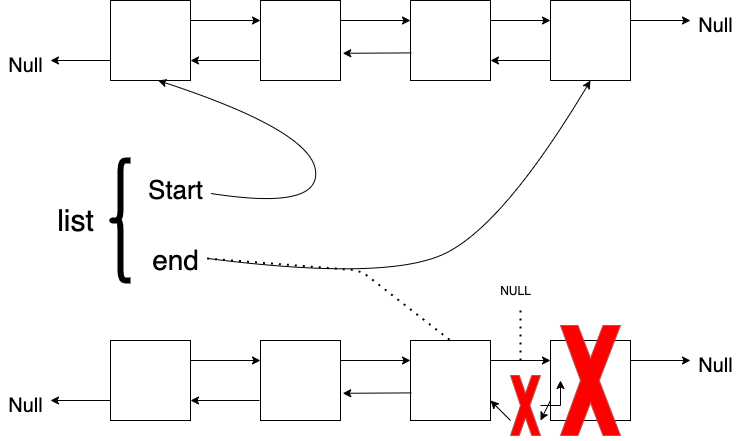
This is img/Leave.png from stevengogogo/DSA-WastonAbili, a draw.io export, as it was before one commit. Source tidied: cells renumbered, new cells last; positions are measured from the earlier drawing's top-left corner, leaving out a move shared by most shapes. Source of this version:
```xml
<mxGraphModel>
  <root>
    <mxCell id="0" />
    <mxCell id="1" parent="0" />
    <mxCell id="2" style="group;" parent="1" vertex="1">
      <mxGeometry width="740" height="80" as="geometry" />
    </mxCell>
    <mxCell id="3" style="whiteSpace=wrap;html=1;" parent="2" vertex="1">
      <mxGeometry x="260" width="80" height="80" as="geometry" />
    </mxCell>
    <mxCell id="4" style="whiteSpace=wrap;html=1;" parent="2" vertex="1">
      <mxGeometry x="410" width="80" height="80" as="geometry" />
    </mxCell>
    <mxCell id="5" style="endArrow=classic;html=1;exitX=1;exitY=0.25;exitDx=0;exitDy=0;entryX=0;entryY=0.25;entryDx=0;entryDy=0;" parent="2" edge="1" source="3" target="4">
      <mxGeometry relative="1" as="geometry" />
    </mxCell>
    <mxCell id="6" style="endArrow=classic;html=1;entryX=1.028;entryY=0.66;entryDx=0;entryDy=0;entryPerimeter=0;exitX=0.01;exitY=0.655;exitDx=0;exitDy=0;exitPerimeter=0;" parent="2" edge="1" source="4" target="3">
      <mxGeometry relative="1" as="geometry" />
    </mxCell>
    <mxCell id="7" style="whiteSpace=wrap;html=1;fontSize=20;" parent="2" vertex="1">
      <mxGeometry x="110" width="80" height="80" as="geometry" />
    </mxCell>
    <mxCell id="8" style="whiteSpace=wrap;html=1;fontSize=20;" parent="2" vertex="1">
      <mxGeometry x="550" width="80" height="80" as="geometry" />
    </mxCell>
    <mxCell id="9" style="endArrow=classic;html=1;fontSize=20;exitX=1;exitY=0.25;exitDx=0;exitDy=0;entryX=0;entryY=0.25;entryDx=0;entryDy=0;" parent="2" edge="1" source="7" target="3">
      <mxGeometry relative="1" as="geometry" />
    </mxCell>
    <mxCell id="10" style="endArrow=classic;html=1;fontSize=20;entryX=1;entryY=0.75;entryDx=0;entryDy=0;" parent="2" edge="1" target="7">
      <mxGeometry relative="1" as="geometry">
        <mxPoint x="259" y="60" as="sourcePoint" />
      </mxGeometry>
    </mxCell>
    <mxCell id="11" style="endArrow=classic;html=1;fontSize=20;exitX=1;exitY=0.25;exitDx=0;exitDy=0;entryX=0;entryY=0.25;entryDx=0;entryDy=0;" parent="2" edge="1" source="4" target="8">
      <mxGeometry relative="1" as="geometry" />
    </mxCell>
    <mxCell id="12" style="endArrow=classic;html=1;fontSize=20;entryX=1;entryY=0.75;entryDx=0;entryDy=0;exitX=0;exitY=0.75;exitDx=0;exitDy=0;" parent="2" edge="1" source="8" target="4">
      <mxGeometry relative="1" as="geometry" />
    </mxCell>
    <mxCell id="13" style="endArrow=classic;html=1;fontSize=20;exitX=0;exitY=0.75;exitDx=0;exitDy=0;" parent="2" edge="1" source="7">
      <mxGeometry relative="1" as="geometry">
        <mxPoint x="50" y="60" as="targetPoint" />
      </mxGeometry>
    </mxCell>
    <mxCell id="14" style="endArrow=classic;html=1;fontSize=20;exitX=1;exitY=0.25;exitDx=0;exitDy=0;" parent="2" edge="1" source="8">
      <mxGeometry relative="1" as="geometry">
        <mxPoint x="690" y="20" as="targetPoint" />
      </mxGeometry>
    </mxCell>
    <mxCell id="15" value="Null" style="text;html=1;align=center;verticalAlign=middle;fontSize=20;" parent="2" vertex="1">
      <mxGeometry x="690" y="10" width="50" height="30" as="geometry" />
    </mxCell>
    <mxCell id="16" value="Null" style="text;html=1;align=center;verticalAlign=middle;fontSize=20;" parent="2" vertex="1">
      <mxGeometry y="50" width="50" height="30" as="geometry" />
    </mxCell>
    <mxCell id="17" style="group;" parent="1" vertex="1">
      <mxGeometry y="340" width="740" height="100" as="geometry" />
    </mxCell>
    <mxCell id="18" style="whiteSpace=wrap;html=1;" parent="17" vertex="1">
      <mxGeometry x="260" width="80" height="80" as="geometry" />
    </mxCell>
    <mxCell id="19" style="whiteSpace=wrap;html=1;" parent="17" vertex="1">
      <mxGeometry x="410" width="80" height="80" as="geometry" />
    </mxCell>
    <mxCell id="20" style="endArrow=classic;html=1;exitX=1;exitY=0.25;exitDx=0;exitDy=0;entryX=0;entryY=0.25;entryDx=0;entryDy=0;" parent="17" edge="1" source="18" target="19">
      <mxGeometry relative="1" as="geometry" />
    </mxCell>
    <mxCell id="21" style="endArrow=classic;html=1;entryX=1.028;entryY=0.66;entryDx=0;entryDy=0;entryPerimeter=0;exitX=0.01;exitY=0.655;exitDx=0;exitDy=0;exitPerimeter=0;" parent="17" edge="1" source="19" target="18">
      <mxGeometry relative="1" as="geometry" />
    </mxCell>
    <mxCell id="22" style="whiteSpace=wrap;html=1;fontSize=20;" parent="17" vertex="1">
      <mxGeometry x="110" width="80" height="80" as="geometry" />
    </mxCell>
    <mxCell id="23" style="whiteSpace=wrap;html=1;fontSize=20;" parent="17" vertex="1">
      <mxGeometry x="550" width="80" height="80" as="geometry" />
    </mxCell>
    <mxCell id="24" style="endArrow=classic;html=1;fontSize=20;exitX=1;exitY=0.25;exitDx=0;exitDy=0;entryX=0;entryY=0.25;entryDx=0;entryDy=0;" parent="17" edge="1" source="22" target="18">
      <mxGeometry relative="1" as="geometry" />
    </mxCell>
    <mxCell id="25" style="endArrow=classic;html=1;fontSize=20;entryX=1;entryY=0.75;entryDx=0;entryDy=0;" parent="17" edge="1" target="22">
      <mxGeometry relative="1" as="geometry">
        <mxPoint x="259" y="60" as="sourcePoint" />
      </mxGeometry>
    </mxCell>
    <mxCell id="26" style="endArrow=classic;html=1;fontSize=20;exitX=1;exitY=0.25;exitDx=0;exitDy=0;entryX=0;entryY=0.25;entryDx=0;entryDy=0;" parent="17" edge="1" source="19" target="23">
      <mxGeometry relative="1" as="geometry" />
    </mxCell>
    <mxCell id="27" style="endArrow=classic;html=1;fontSize=20;entryX=1;entryY=0.75;entryDx=0;entryDy=0;exitX=0;exitY=0.75;exitDx=0;exitDy=0;" parent="17" edge="1" source="34" target="19">
      <mxGeometry relative="1" as="geometry" />
    </mxCell>
    <mxCell id="28" style="endArrow=classic;html=1;fontSize=20;exitX=0;exitY=0.75;exitDx=0;exitDy=0;" parent="17" edge="1" source="22">
      <mxGeometry relative="1" as="geometry">
        <mxPoint x="50" y="60" as="targetPoint" />
      </mxGeometry>
    </mxCell>
    <mxCell id="29" style="endArrow=classic;html=1;fontSize=20;exitX=1;exitY=0.25;exitDx=0;exitDy=0;" parent="17" edge="1" source="23">
      <mxGeometry relative="1" as="geometry">
        <mxPoint x="690" y="20" as="targetPoint" />
      </mxGeometry>
    </mxCell>
    <mxCell id="30" value="Null" style="text;html=1;align=center;verticalAlign=middle;fontSize=20;" parent="17" vertex="1">
      <mxGeometry x="690" y="10" width="50" height="30" as="geometry" />
    </mxCell>
    <mxCell id="31" value="Null" style="text;html=1;align=center;verticalAlign=middle;fontSize=20;" parent="17" vertex="1">
      <mxGeometry y="50" width="50" height="30" as="geometry" />
    </mxCell>
    <mxCell id="32" style="verticalLabelPosition=bottom;verticalAlign=top;html=1;shape=mxgraph.basic.x;strokeColor=#b85450;fillColor=#FF0000;" parent="17" vertex="1">
      <mxGeometry x="560" y="-15" width="60" height="110" as="geometry" />
    </mxCell>
    <mxCell id="33" style="edgeStyle=orthogonalEdgeStyle;rounded=0;jettySize=auto;html=1;" parent="17" edge="1" source="34" target="32">
      <mxGeometry relative="1" as="geometry" />
    </mxCell>
    <mxCell id="34" style="verticalLabelPosition=bottom;verticalAlign=top;html=1;shape=mxgraph.basic.x;strokeColor=#b85450;fillColor=#FF0000;" parent="17" vertex="1">
      <mxGeometry x="510" y="35" width="30" height="60" as="geometry" />
    </mxCell>
    <mxCell id="35" style="endArrow=classic;html=1;fontSize=20;entryX=1;entryY=0.75;entryDx=0;entryDy=0;exitX=0;exitY=0.75;exitDx=0;exitDy=0;" parent="17" edge="1" source="23" target="34">
      <mxGeometry relative="1" as="geometry" />
    </mxCell>
    <mxCell id="36" value="list" style="text;html=1;align=center;verticalAlign=middle;fontSize=30;" parent="1" vertex="1">
      <mxGeometry x="50" y="200" width="50" height="40" as="geometry" />
    </mxCell>
    <mxCell id="37" style="shape=curlyBracket;whiteSpace=wrap;html=1;rounded=1;strokeWidth=6;fontSize=30;" parent="1" vertex="1">
      <mxGeometry x="110" y="160" width="20" height="120" as="geometry" />
    </mxCell>
    <mxCell id="38" value="Start" style="text;html=1;align=center;verticalAlign=middle;points=[];fontSize=26;" parent="1" vertex="1">
      <mxGeometry x="140" y="170" width="70" height="40" as="geometry" />
    </mxCell>
    <mxCell id="39" value="end" style="text;html=1;align=center;verticalAlign=middle;points=[];fontSize=28;" parent="1" vertex="1">
      <mxGeometry x="145" y="240" width="60" height="40" as="geometry" />
    </mxCell>
    <mxCell id="40" style="curved=1;endArrow=classic;html=1;exitX=1.009;exitY=0.575;exitDx=0;exitDy=0;exitPerimeter=0;entryX=0.595;entryY=1;entryDx=0;entryDy=0;entryPerimeter=0;" parent="1" edge="1" source="38" target="7">
      <mxGeometry relative="1" as="geometry">
        <Array as="points">
          <mxPoint x="320" y="210" />
          <mxPoint x="310" y="130" />
        </Array>
      </mxGeometry>
    </mxCell>
    <mxCell id="41" style="curved=1;endArrow=classic;html=1;exitX=1.043;exitY=0.45;exitDx=0;exitDy=0;exitPerimeter=0;entryX=0.5;entryY=1;entryDx=0;entryDy=0;" parent="1" edge="1" source="39" target="8">
      <mxGeometry relative="1" as="geometry">
        <Array as="points">
          <mxPoint x="380" y="280" />
          <mxPoint x="500" y="230" />
        </Array>
      </mxGeometry>
    </mxCell>
    <mxCell id="42" style="endArrow=none;dashed=1;html=1;dashPattern=1 3;strokeWidth=2;exitX=1.027;exitY=0.45;exitDx=0;exitDy=0;exitPerimeter=0;entryX=0.5;entryY=0;entryDx=0;entryDy=0;" parent="1" edge="1" source="39" target="19">
      <mxGeometry relative="1" as="geometry">
        <Array as="points">
          <mxPoint x="360" y="270" />
        </Array>
      </mxGeometry>
    </mxCell>
    <mxCell id="43" style="endArrow=none;dashed=1;html=1;dashPattern=1 3;strokeWidth=2;" parent="1" edge="1">
      <mxGeometry relative="1" as="geometry">
        <mxPoint x="520" y="360" as="sourcePoint" />
        <mxPoint x="520" y="310" as="targetPoint" />
      </mxGeometry>
    </mxCell>
    <mxCell id="44" value="NULL" style="text;html=1;align=center;verticalAlign=middle;" parent="1" vertex="1">
      <mxGeometry x="490" y="280" width="50" height="20" as="geometry" />
    </mxCell>
  </root>
</mxGraphModel>
```
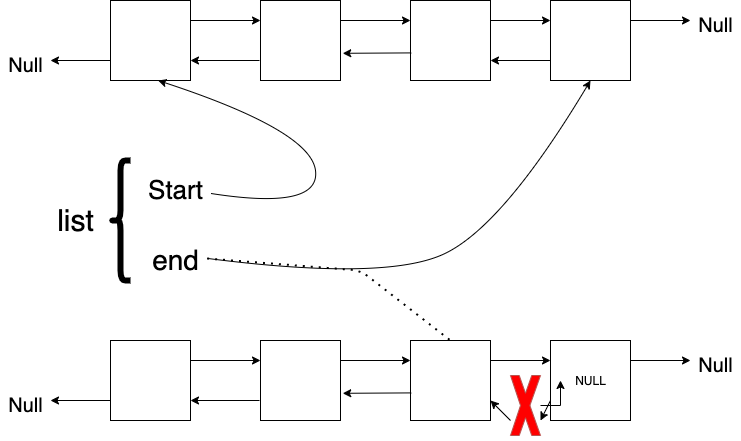
The same file after the commit.

Change to the diagram source:
```diff
@@ -104,11 +104,10 @@
     <mxCell id="31" value="Null" style="text;html=1;align=center;verticalAlign=middle;fontSize=20;" parent="17" vertex="1">
       <mxGeometry y="50" width="50" height="30" as="geometry" />
     </mxCell>
-    <mxCell id="32" style="verticalLabelPosition=bottom;verticalAlign=top;html=1;shape=mxgraph.basic.x;strokeColor=#b85450;fillColor=#FF0000;" parent="17" vertex="1">
-      <mxGeometry x="560" y="-15" width="60" height="110" as="geometry" />
-    </mxCell>
-    <mxCell id="33" style="edgeStyle=orthogonalEdgeStyle;rounded=0;jettySize=auto;html=1;" parent="17" edge="1" source="34" target="32">
-      <mxGeometry relative="1" as="geometry" />
+    <mxCell id="33" style="edgeStyle=orthogonalEdgeStyle;rounded=0;jettySize=auto;html=1;" parent="17" edge="1" source="34">
+      <mxGeometry relative="1" as="geometry">
+        <mxPoint x="560" y="40" as="targetPoint" />
+      </mxGeometry>
     </mxCell>
     <mxCell id="34" style="verticalLabelPosition=bottom;verticalAlign=top;html=1;shape=mxgraph.basic.x;strokeColor=#b85450;fillColor=#FF0000;" parent="17" vertex="1">
       <mxGeometry x="510" y="35" width="30" height="60" as="geometry" />
@@ -116,6 +115,9 @@
     <mxCell id="35" style="endArrow=classic;html=1;fontSize=20;entryX=1;entryY=0.75;entryDx=0;entryDy=0;exitX=0;exitY=0.75;exitDx=0;exitDy=0;" parent="17" edge="1" source="23" target="34">
       <mxGeometry relative="1" as="geometry" />
     </mxCell>
+    <mxCell id="44" value="NULL" style="text;html=1;align=center;verticalAlign=middle;" parent="17" vertex="1">
+      <mxGeometry x="565" y="30" width="50" height="20" as="geometry" />
+    </mxCell>
     <mxCell id="36" value="list" style="text;html=1;align=center;verticalAlign=middle;fontSize=30;" parent="1" vertex="1">
       <mxGeometry x="50" y="200" width="50" height="40" as="geometry" />
     </mxCell>
@@ -151,14 +153,5 @@
         </Array>
       </mxGeometry>
     </mxCell>
-    <mxCell id="43" style="endArrow=none;dashed=1;html=1;dashPattern=1 3;strokeWidth=2;" parent="1" edge="1">
-      <mxGeometry relative="1" as="geometry">
-        <mxPoint x="520" y="360" as="sourcePoint" />
-        <mxPoint x="520" y="310" as="targetPoint" />
-      </mxGeometry>
-    </mxCell>
-    <mxCell id="44" value="NULL" style="text;html=1;align=center;verticalAlign=middle;" parent="1" vertex="1">
-      <mxGeometry x="490" y="280" width="50" height="20" as="geometry" />
-    </mxCell>
   </root>
 </mxGraphModel>
```
